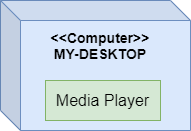
Above: Architectural styles/Layred Systems/nTierDiagram.png in smitbmx/Architecture-Diagrams (draw.io), before the change. Source tidied: cells renumbered, new cells last; positions are measured from the earlier drawing's top-left corner, leaving out a move shared by most shapes. Source of this version:
```xml
<mxGraphModel>
  <root>
    <mxCell id="0" />
    <mxCell id="1" parent="0" />
    <mxCell id="2" style="shape=cube;whiteSpace=wrap;html=1;boundedLbl=1;backgroundOutline=1;darkOpacity=0.05;darkOpacity2=0.1;fillColor=#dae8fc;strokeColor=#6c8ebf;" parent="1" vertex="1">
      <mxGeometry width="190" height="130" as="geometry" />
    </mxCell>
    <mxCell id="3" value="&amp;lt;&amp;lt;Computer&amp;gt;&amp;gt;&lt;br style=&quot;font-size: 14px;&quot;&gt;MY-DESKTOP" style="text;html=1;strokeColor=none;fillColor=none;align=center;verticalAlign=middle;whiteSpace=wrap;rounded=0;fontSize=14;fontStyle=1;" parent="1" vertex="1">
      <mxGeometry x="35" y="30" width="130" height="30" as="geometry" />
    </mxCell>
    <mxCell id="4" value="&lt;font style=&quot;font-size: 16px&quot;&gt;Media Player&lt;/font&gt;" style="rounded=0;whiteSpace=wrap;html=1;fillColor=#d5e8d4;strokeColor=#82b366;" parent="1" vertex="1">
      <mxGeometry x="45" y="80" width="115" height="40" as="geometry" />
    </mxCell>
  </root>
</mxGraphModel>
```
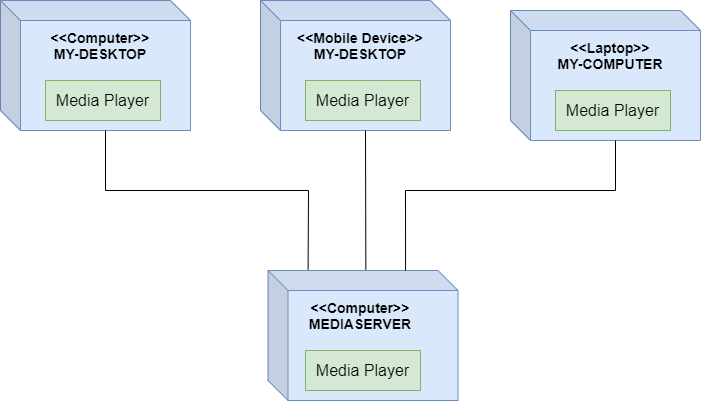
The same diagram one commit later.

Diff of the diagram source:
```diff
@@ -11,5 +11,51 @@
     <mxCell id="4" value="&lt;font style=&quot;font-size: 16px&quot;&gt;Media Player&lt;/font&gt;" style="rounded=0;whiteSpace=wrap;html=1;fillColor=#d5e8d4;strokeColor=#82b366;" parent="1" vertex="1">
       <mxGeometry x="45" y="80" width="115" height="40" as="geometry" />
     </mxCell>
+    <mxCell id="5" style="shape=cube;whiteSpace=wrap;html=1;boundedLbl=1;backgroundOutline=1;darkOpacity=0.05;darkOpacity2=0.1;fillColor=#dae8fc;strokeColor=#6c8ebf;" parent="1" vertex="1">
+      <mxGeometry x="260" width="190" height="130" as="geometry" />
+    </mxCell>
+    <mxCell id="6" value="&amp;lt;&amp;lt;Mobile Device&amp;gt;&amp;gt;&lt;br style=&quot;font-size: 14px&quot;&gt;MY-DESKTOP" style="text;html=1;strokeColor=none;fillColor=none;align=center;verticalAlign=middle;whiteSpace=wrap;rounded=0;fontSize=14;fontStyle=1;" parent="1" vertex="1">
+      <mxGeometry x="295" y="30" width="130" height="30" as="geometry" />
+    </mxCell>
+    <mxCell id="7" value="&lt;font style=&quot;font-size: 16px&quot;&gt;Media Player&lt;/font&gt;" style="rounded=0;whiteSpace=wrap;html=1;fillColor=#d5e8d4;strokeColor=#82b366;" parent="1" vertex="1">
+      <mxGeometry x="305" y="80" width="115" height="40" as="geometry" />
+    </mxCell>
+    <mxCell id="8" style="shape=cube;whiteSpace=wrap;html=1;boundedLbl=1;backgroundOutline=1;darkOpacity=0.05;darkOpacity2=0.1;fillColor=#dae8fc;strokeColor=#6c8ebf;" parent="1" vertex="1">
+      <mxGeometry x="510" y="10" width="190" height="130" as="geometry" />
+    </mxCell>
+    <mxCell id="9" value="&amp;lt;&amp;lt;Laptop&amp;gt;&amp;gt;&lt;br style=&quot;font-size: 14px&quot;&gt;MY-COMPUTER" style="text;html=1;strokeColor=none;fillColor=none;align=center;verticalAlign=middle;whiteSpace=wrap;rounded=0;fontSize=14;fontStyle=1;" parent="1" vertex="1">
+      <mxGeometry x="545" y="40" width="130" height="30" as="geometry" />
+    </mxCell>
+    <mxCell id="10" value="&lt;font style=&quot;font-size: 16px&quot;&gt;Media Player&lt;/font&gt;" style="rounded=0;whiteSpace=wrap;html=1;fillColor=#d5e8d4;strokeColor=#82b366;" parent="1" vertex="1">
+      <mxGeometry x="555" y="90" width="115" height="40" as="geometry" />
+    </mxCell>
+    <mxCell id="11" style="shape=cube;whiteSpace=wrap;html=1;boundedLbl=1;backgroundOutline=1;darkOpacity=0.05;darkOpacity2=0.1;fillColor=#dae8fc;strokeColor=#6c8ebf;" parent="1" vertex="1">
+      <mxGeometry x="267.5" y="270" width="190" height="130" as="geometry" />
+    </mxCell>
+    <mxCell id="12" value="&amp;lt;&amp;lt;Computer&amp;gt;&amp;gt;&lt;br style=&quot;font-size: 14px&quot;&gt;MEDIASERVER" style="text;html=1;strokeColor=none;fillColor=none;align=center;verticalAlign=middle;whiteSpace=wrap;rounded=0;fontSize=14;fontStyle=1;" parent="1" vertex="1">
+      <mxGeometry x="295" y="300" width="130" height="30" as="geometry" />
+    </mxCell>
+    <mxCell id="13" value="&lt;font style=&quot;font-size: 16px&quot;&gt;Media Player&lt;/font&gt;" style="rounded=0;whiteSpace=wrap;html=1;fillColor=#d5e8d4;strokeColor=#82b366;" parent="1" vertex="1">
+      <mxGeometry x="305" y="350" width="115" height="40" as="geometry" />
+    </mxCell>
+    <mxCell id="14" style="endArrow=none;html=1;rounded=0;fontSize=14;exitX=0;exitY=0;exitDx=105;exitDy=130;exitPerimeter=0;entryX=0.211;entryY=-0.008;entryDx=0;entryDy=0;entryPerimeter=0;" parent="1" edge="1" source="2" target="11">
+      <mxGeometry relative="1" as="geometry">
+        <Array as="points">
+          <mxPoint x="105" y="190" />
+          <mxPoint x="308" y="190" />
+        </Array>
+      </mxGeometry>
+    </mxCell>
+    <mxCell id="15" style="endArrow=none;html=1;rounded=0;fontSize=14;entryX=0;entryY=0;entryDx=105;entryDy=130;entryPerimeter=0;exitX=0.515;exitY=-0.007;exitDx=0;exitDy=0;exitPerimeter=0;" parent="1" edge="1" source="11" target="5">
+      <mxGeometry relative="1" as="geometry" />
+    </mxCell>
+    <mxCell id="16" style="endArrow=none;html=1;rounded=0;fontSize=14;exitX=0.724;exitY=0;exitDx=0;exitDy=0;exitPerimeter=0;entryX=0;entryY=0;entryDx=105;entryDy=130;entryPerimeter=0;" parent="1" edge="1" source="11" target="8">
+      <mxGeometry relative="1" as="geometry">
+        <Array as="points">
+          <mxPoint x="405" y="190" />
+          <mxPoint x="615" y="190" />
+        </Array>
+      </mxGeometry>
+    </mxCell>
   </root>
 </mxGraphModel>
```
